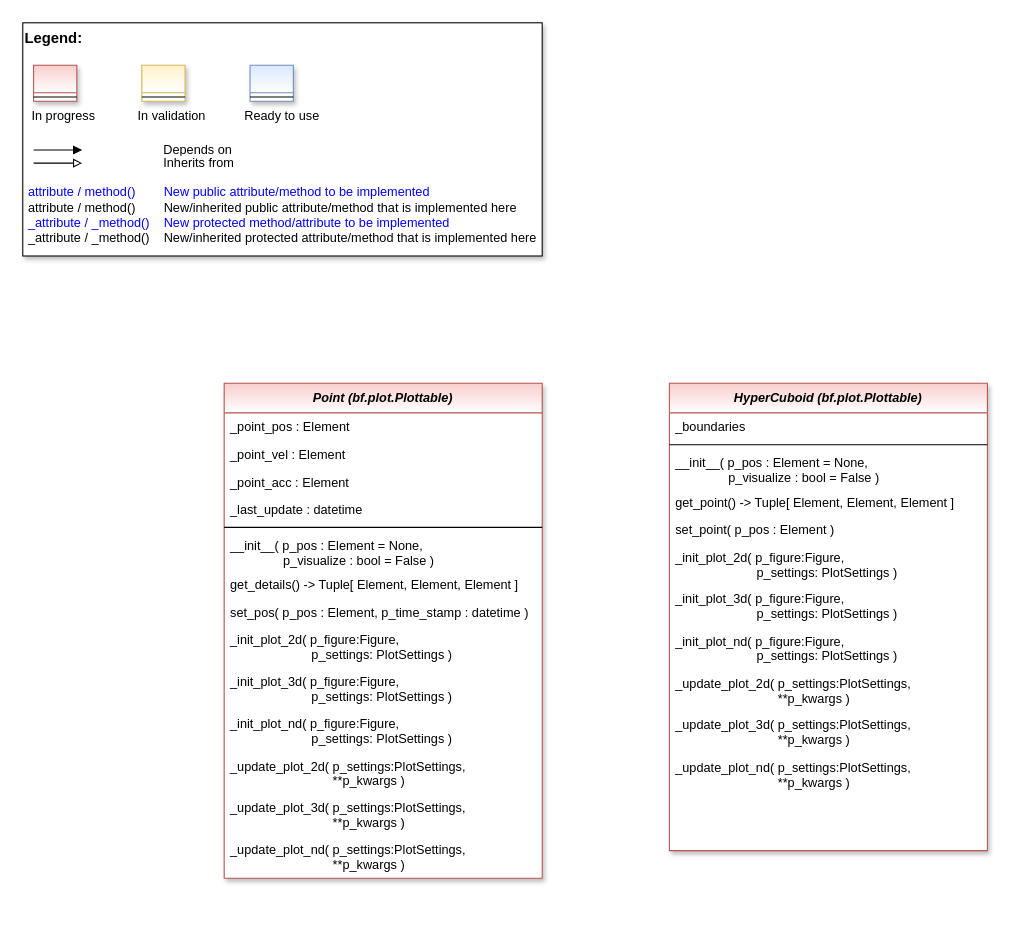
The draw.io diagram doc/rtd/content/04_appendices/appendix2/sub/core/mlpro_bf/layer2_mathematics/images/MLPro-BF-Math-Geometry_class_diagram.drawio in fhswf/MLPro, before the edit. Source tidied: cells renumbered, new cells numbered last; positions are measured from the earlier drawing's top-left corner, leaving out a move shared by most shapes. Both pictures are drawn from the tidied source at 106%, with x=0, y=0 at pixel (22, 22).
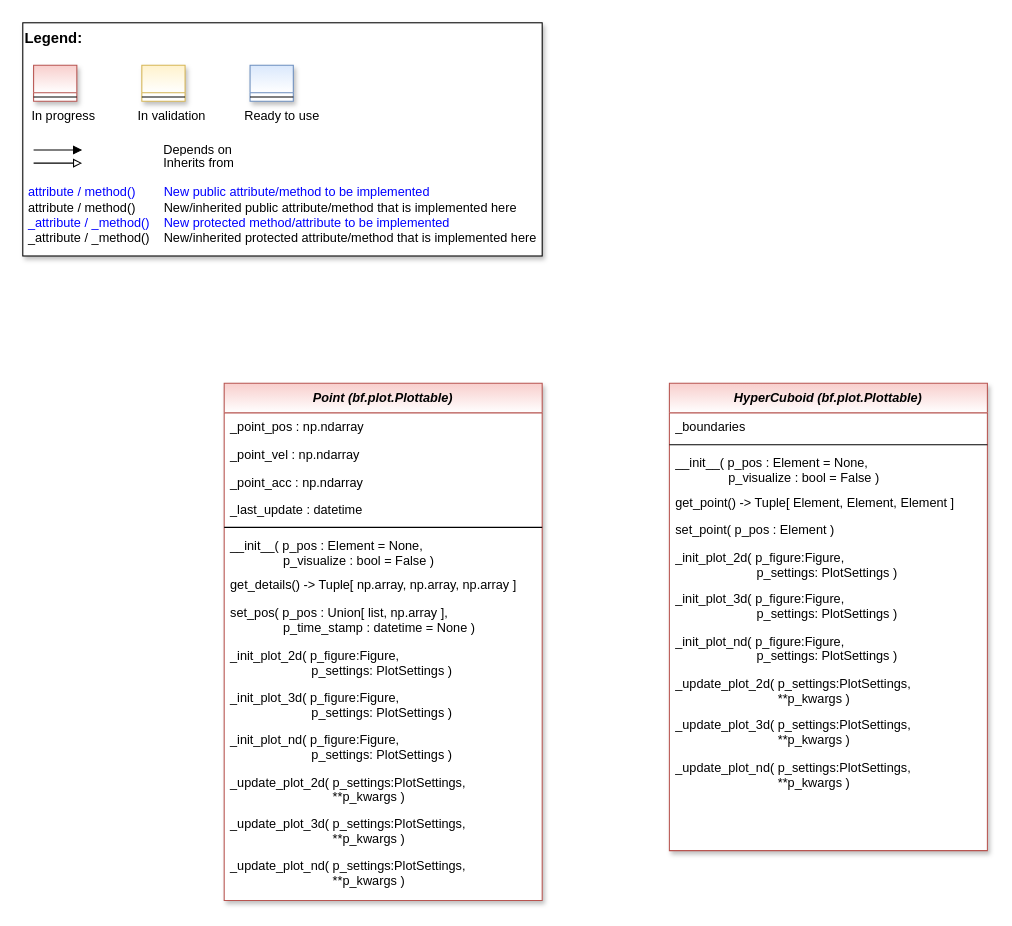
The same page after the edit.

Commit message (it also covers changes not shown here):
BF-MATH: New sub-topic for geometric objects #739

Diff of the diagram source:
```diff
@@
     <mxCell id="12" value="Point (bf.plot.Plottable)" style="swimlane;fontStyle=3;align=center;verticalAlign=top;horizontal=1;startSize=28;rounded=0;shadow=1;strokeWidth=1;fillColor=#f8cecc;strokeColor=#b85450;swimlaneFillColor=#ffffff;gradientColor=#ffffff;" parent="1" vertex="1">
-      <mxGeometry x="190" y="340" width="300" height="467" as="geometry" />
+      <mxGeometry x="190" y="340" width="300" height="488" as="geometry" />
     </mxCell>
-    <mxCell id="13" value="_point_pos : Element" style="text;align=left;verticalAlign=top;spacingLeft=4;spacingRight=4;overflow=hidden;" parent="12" vertex="1">
+    <mxCell id="13" value="_point_pos : np.ndarray" style="text;align=left;verticalAlign=top;spacingLeft=4;spacingRight=4;overflow=hidden;" parent="12" vertex="1">
       <mxGeometry y="28" width="300" height="26" as="geometry" />
     </mxCell>
-    <mxCell id="14" value="_point_vel : Element" style="text;align=left;verticalAlign=top;spacingLeft=4;spacingRight=4;overflow=hidden;" parent="12" vertex="1">
+    <mxCell id="14" value="_point_vel : np.ndarray" style="text;align=left;verticalAlign=top;spacingLeft=4;spacingRight=4;overflow=hidden;" parent="12" vertex="1">
       <mxGeometry y="54" width="300" height="26" as="geometry" />
     </mxCell>
-    <mxCell id="15" value="_point_acc : Element" style="text;align=left;verticalAlign=top;spacingLeft=4;spacingRight=4;overflow=hidden;" parent="12" vertex="1">
+    <mxCell id="15" value="_point_acc : np.ndarray" style="text;align=left;verticalAlign=top;spacingLeft=4;spacingRight=4;overflow=hidden;" parent="12" vertex="1">
       <mxGeometry y="80" width="300" height="26" as="geometry" />
     </mxCell>
@@
-    <mxCell id="19" value="get_details() -&gt; Tuple[ Element, Element, Element ]" style="text;align=left;verticalAlign=top;spacingLeft=4;spacingRight=4;overflow=hidden;" parent="12" vertex="1">
+    <mxCell id="19" value="get_details() -&gt; Tuple[ np.array, np.array, np.array ]" style="text;align=left;verticalAlign=top;spacingLeft=4;spacingRight=4;overflow=hidden;" parent="12" vertex="1">
       <mxGeometry y="177" width="300" height="26" as="geometry" />
     </mxCell>
-    <mxCell id="20" value="set_pos( p_pos : Element, p_time_stamp : datetime )" style="text;align=left;verticalAlign=top;spacingLeft=4;spacingRight=4;overflow=hidden;" parent="12" vertex="1">
-      <mxGeometry y="203" width="300" height="26" as="geometry" />
+    <mxCell id="20" value="set_pos( p_pos : Union[ list, np.array ], &#10;               p_time_stamp : datetime = None )" style="text;align=left;verticalAlign=top;spacingLeft=4;spacingRight=4;overflow=hidden;" parent="12" vertex="1">
+      <mxGeometry y="203" width="300" height="41" as="geometry" />
     </mxCell>
     <mxCell id="21" value="_init_plot_2d( p_figure:Figure, &#10;                       p_settings: PlotSettings )" style="text;align=left;verticalAlign=top;spacingLeft=4;spacingRight=4;overflow=hidden;fontColor=default;" parent="12" vertex="1">
-      <mxGeometry y="229" width="300" height="39" as="geometry" />
+      <mxGeometry y="244" width="300" height="39" as="geometry" />
     </mxCell>
     <mxCell id="22" value="_init_plot_3d( p_figure:Figure, &#10;                       p_settings: PlotSettings )" style="text;align=left;verticalAlign=top;spacingLeft=4;spacingRight=4;overflow=hidden;fontColor=default;" parent="12" vertex="1">
-      <mxGeometry y="268" width="300" height="40" as="geometry" />
+      <mxGeometry y="283" width="300" height="40" as="geometry" />
     </mxCell>
     <mxCell id="23" value="_init_plot_nd( p_figure:Figure, &#10;                       p_settings: PlotSettings )" style="text;align=left;verticalAlign=top;spacingLeft=4;spacingRight=4;overflow=hidden;fontColor=default;" parent="12" vertex="1">
-      <mxGeometry y="308" width="300" height="40" as="geometry" />
+      <mxGeometry y="323" width="300" height="40" as="geometry" />
     </mxCell>
     <mxCell id="24" value="_update_plot_2d( p_settings:PlotSettings,&#10;                             **p_kwargs )" style="text;align=left;verticalAlign=top;spacingLeft=4;spacingRight=4;overflow=hidden;fontColor=default;" parent="12" vertex="1">
-      <mxGeometry y="348" width="300" height="39" as="geometry" />
+      <mxGeometry y="363" width="300" height="39" as="geometry" />
     </mxCell>
     <mxCell id="25" value="_update_plot_3d( p_settings:PlotSettings,&#10;                             **p_kwargs )" style="text;align=left;verticalAlign=top;spacingLeft=4;spacingRight=4;overflow=hidden;fontColor=default;" parent="12" vertex="1">
-      <mxGeometry y="387" width="300" height="40" as="geometry" />
+      <mxGeometry y="402" width="300" height="40" as="geometry" />
     </mxCell>
     <mxCell id="26" value="_update_plot_nd( p_settings:PlotSettings,&#10;                             **p_kwargs )" style="text;align=left;verticalAlign=top;spacingLeft=4;spacingRight=4;overflow=hidden;fontColor=default;" parent="12" vertex="1">
-      <mxGeometry y="427" width="300" height="40" as="geometry" />
+      <mxGeometry y="442" width="300" height="40" as="geometry" />
     </mxCell>
```
